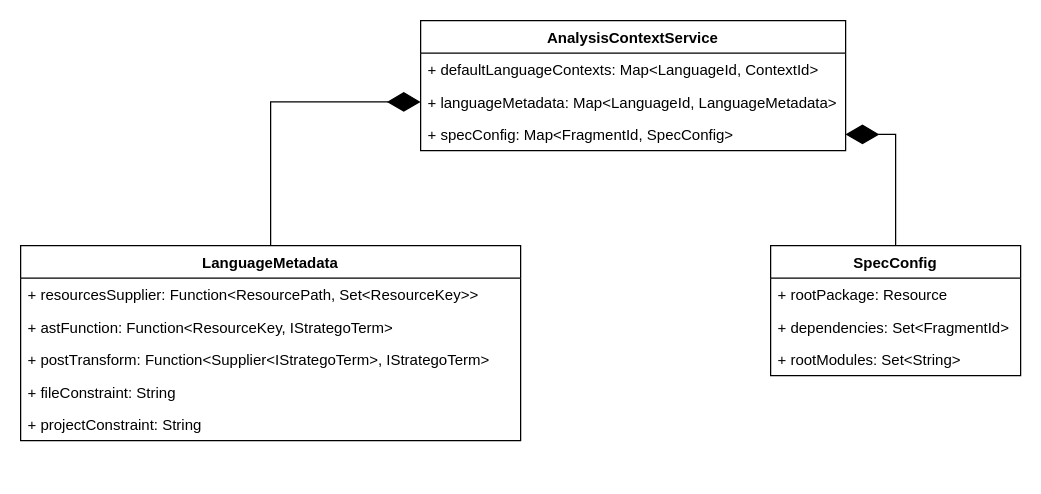
Above: page "AnalysisConfiguration" (17 of 19) of Spoofax3 Diagrams.drawio in AZWN/Spoofax-pie-diagrams (draw.io), before the change. Source tidied: cells renumbered, new cells numbered last; positions are measured from the earlier drawing's top-left corner, leaving out a move shared by most shapes. Both pictures are drawn from the tidied source at 125%, with x=0, y=0 at pixel (20, 20).
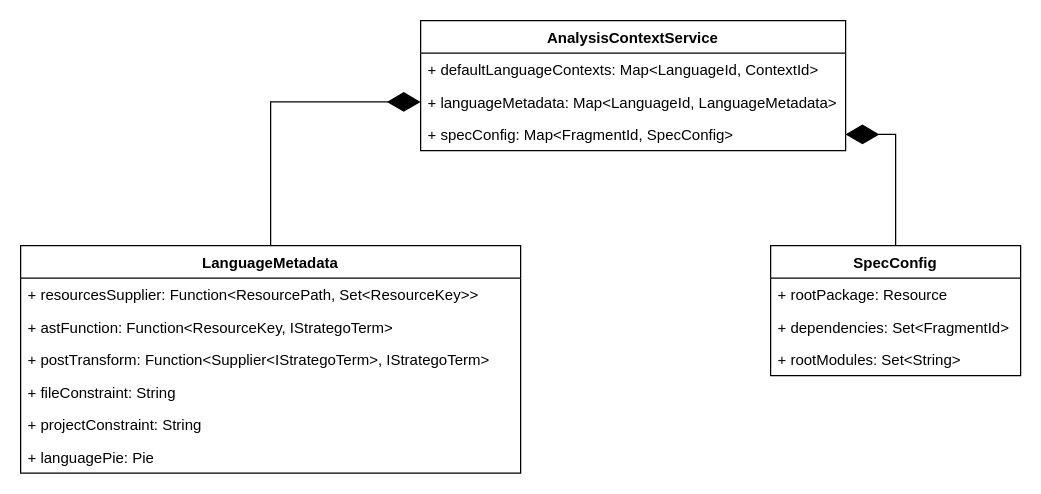
Above is the later version.

Change to the diagram source:
```diff
@@
 <mxGraphModel>
   <root>
     <mxCell id="0" />
     <mxCell id="1" parent="0" />
     <mxCell id="2" value="AnalysisContextService" style="swimlane;fontStyle=1;horizontal=1;startSize=26;fillColor=none;" parent="1" vertex="1">
       <mxGeometry x="320" width="340" height="104" as="geometry" />
     </mxCell>
     <mxCell id="3" value="+ defaultLanguageContexts: Map&lt;LanguageId, ContextId&gt;" style="text;strokeColor=none;fillColor=none;align=left;verticalAlign=top;spacingLeft=4;spacingRight=4;overflow=hidden;" parent="2" vertex="1">
       <mxGeometry y="26" width="340" height="26" as="geometry" />
     </mxCell>
     <mxCell id="4" value="+ languageMetadata: Map&lt;LanguageId, LanguageMetadata&gt;" style="text;strokeColor=none;fillColor=none;align=left;verticalAlign=top;spacingLeft=4;spacingRight=4;overflow=hidden;points=[[0,0.5],[1,0.5]];portConstraint=eastwest;" parent="2" vertex="1">
       <mxGeometry y="52" width="340" height="26" as="geometry" />
     </mxCell>
     <mxCell id="5" value="+ specConfig: Map&lt;FragmentId, SpecConfig&gt;" style="text;strokeColor=none;fillColor=none;align=left;verticalAlign=top;spacingLeft=4;spacingRight=4;overflow=hidden;points=[[0,0.5],[1,0.5]];portConstraint=eastwest;" parent="2" vertex="1">
       <mxGeometry y="78" width="340" height="26" as="geometry" />
     </mxCell>
     <mxCell id="6" value="LanguageMetadata" style="swimlane;fontStyle=1;horizontal=1;startSize=26;fillColor=none;" parent="1" vertex="1">
-      <mxGeometry y="180" width="400" height="156" as="geometry" />
+      <mxGeometry y="180" width="400" height="182" as="geometry" />
     </mxCell>
     <mxCell id="7" value="+ resourcesSupplier: Function&lt;ResourcePath, Set&lt;ResourceKey&gt;&gt;" style="text;strokeColor=none;fillColor=none;align=left;verticalAlign=top;spacingLeft=4;spacingRight=4;overflow=hidden;" parent="6" vertex="1">
       <mxGeometry y="26" width="400" height="26" as="geometry" />
     </mxCell>
     <mxCell id="8" value="+ astFunction: Function&lt;ResourceKey, IStrategoTerm&gt;" style="text;strokeColor=none;fillColor=none;align=left;verticalAlign=top;spacingLeft=4;spacingRight=4;overflow=hidden;" parent="6" vertex="1">
       <mxGeometry y="52" width="400" height="26" as="geometry" />
     </mxCell>
     <mxCell id="9" value="+ postTransform: Function&lt;Supplier&lt;IStrategoTerm&gt;, IStrategoTerm&gt;" style="text;strokeColor=none;fillColor=none;align=left;verticalAlign=top;spacingLeft=4;spacingRight=4;overflow=hidden;" parent="6" vertex="1">
       <mxGeometry y="78" width="400" height="26" as="geometry" />
     </mxCell>
     <mxCell id="10" value="+ fileConstraint: String" style="text;strokeColor=none;fillColor=none;align=left;verticalAlign=top;spacingLeft=4;spacingRight=4;overflow=hidden;" parent="6" vertex="1">
       <mxGeometry y="104" width="400" height="26" as="geometry" />
     </mxCell>
     <mxCell id="11" value="+ projectConstraint: String" style="text;strokeColor=none;fillColor=none;align=left;verticalAlign=top;spacingLeft=4;spacingRight=4;overflow=hidden;" parent="6" vertex="1">
       <mxGeometry y="130" width="400" height="26" as="geometry" />
     </mxCell>
+    <mxCell id="18" value="+ languagePie: Pie" style="text;strokeColor=none;fillColor=none;align=left;verticalAlign=top;spacingLeft=4;spacingRight=4;overflow=hidden;" parent="6" vertex="1">
+      <mxGeometry y="156" width="400" height="26" as="geometry" />
+    </mxCell>
     <mxCell id="12" style="endArrow=diamondThin;endFill=1;endSize=24;html=1;exitX=0.5;exitY=0;exitDx=0;exitDy=0;entryX=0;entryY=0.5;entryDx=0;entryDy=0;rounded=0;edgeStyle=orthogonalEdgeStyle;" parent="1" edge="1" source="6" target="4">
       <mxGeometry relative="1" as="geometry" />
     </mxCell>
     <mxCell id="13" value="SpecConfig" style="swimlane;fontStyle=1;horizontal=1;startSize=26;fillColor=none;" parent="1" vertex="1">
       <mxGeometry x="600" y="180" width="200" height="104" as="geometry" />
     </mxCell>
     <mxCell id="14" value="+ rootPackage: Resource" style="text;strokeColor=none;fillColor=none;align=left;verticalAlign=top;spacingLeft=4;spacingRight=4;overflow=hidden;" parent="13" vertex="1">
       <mxGeometry y="26" width="200" height="26" as="geometry" />
     </mxCell>
     <mxCell id="15" value="+ dependencies: Set&lt;FragmentId&gt;" style="text;strokeColor=none;fillColor=none;align=left;verticalAlign=top;spacingLeft=4;spacingRight=4;overflow=hidden;" parent="13" vertex="1">
       <mxGeometry y="52" width="200" height="26" as="geometry" />
     </mxCell>
     <mxCell id="16" value="+ rootModules: Set&lt;String&gt;" style="text;strokeColor=none;fillColor=none;align=left;verticalAlign=top;spacingLeft=4;spacingRight=4;overflow=hidden;" parent="13" vertex="1">
       <mxGeometry y="78" width="200" height="26" as="geometry" />
     </mxCell>
     <mxCell id="17" style="endArrow=diamondThin;endFill=1;endSize=24;html=1;entryX=1;entryY=0.5;entryDx=0;entryDy=0;exitX=0.5;exitY=0;exitDx=0;exitDy=0;rounded=0;edgeStyle=orthogonalEdgeStyle;" parent="1" edge="1" source="13" target="5">
       <mxGeometry relative="1" as="geometry" />
     </mxCell>
   </root>
 </mxGraphModel>
```
